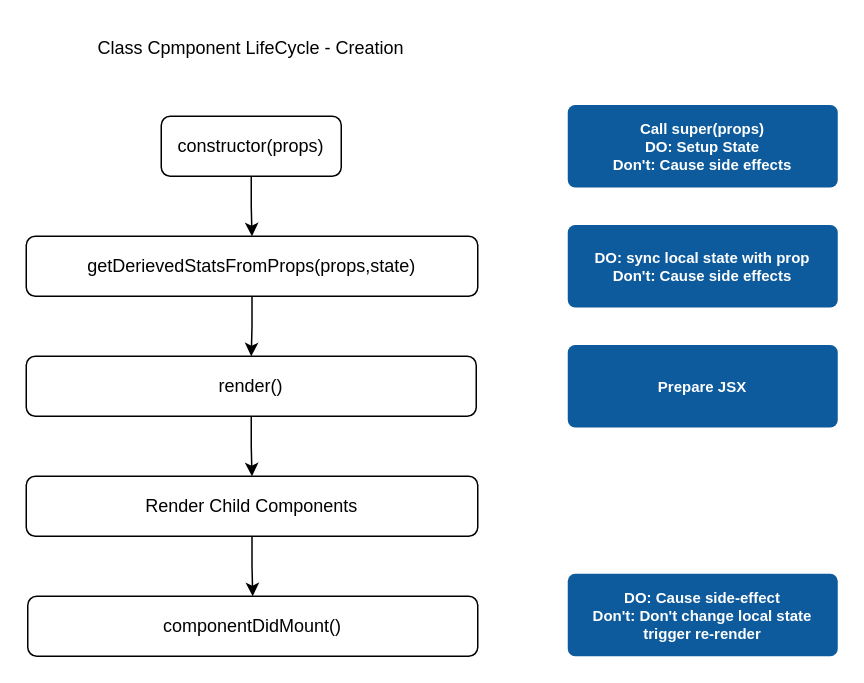
This is ComponentLifeCycleCreate.drawio from chrisbchoi/cc-react-lifecycle-methods, a draw.io file, before an edit. Source tidied: cells renumbered, new cells numbered last; positions are measured from the earlier drawing's top-left corner, leaving out a move shared by most shapes. Both pictures are drawn from the tidied source at 150%, with x=0, y=0 at pixel (26, 26).
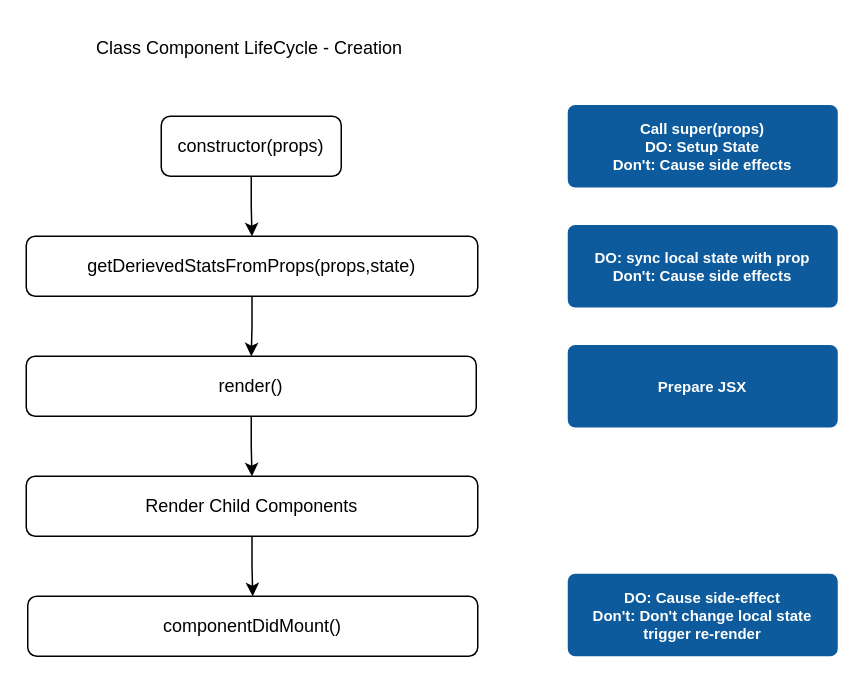
The same page after the edit.

Change to the diagram source:
```diff
@@
 <mxGraphModel>
   <root>
     <mxCell id="0" />
     <mxCell id="1" parent="0" />
     <mxCell id="2" style="edgeStyle=orthogonalEdgeStyle;rounded=0;jettySize=auto;html=1;" parent="1" edge="1" source="3" target="6">
       <mxGeometry relative="1" as="geometry" />
     </mxCell>
     <mxCell id="3" value="constructor(props)" style="rounded=1;whiteSpace=wrap;html=1;fontSize=12;glass=0;strokeWidth=1;shadow=0;" parent="1" vertex="1">
       <mxGeometry x="90" y="60" width="120" height="40" as="geometry" />
     </mxCell>
-    <mxCell id="4" value="Class Cpmponent LifeCycle - Creation" style="text;html=1;strokeColor=none;fillColor=none;align=center;verticalAlign=middle;whiteSpace=wrap;rounded=0;" parent="1" vertex="1">
-      <mxGeometry x="40" width="220" height="30" as="geometry" />
+    <mxCell id="4" value="Class Component LifeCycle - Creation" style="text;html=1;strokeColor=none;fillColor=none;align=center;verticalAlign=middle;whiteSpace=wrap;rounded=0;" parent="1" vertex="1">
+      <mxGeometry x="39" width="220" height="30" as="geometry" />
     </mxCell>
     <mxCell id="5" style="edgeStyle=orthogonalEdgeStyle;rounded=0;jettySize=auto;html=1;" parent="1" edge="1" source="6" target="8">
       <mxGeometry relative="1" as="geometry" />
     </mxCell>
     <mxCell id="6" value="getDerievedStatsFromProps(props,state)" style="rounded=1;whiteSpace=wrap;html=1;fontSize=12;glass=0;strokeWidth=1;shadow=0;" parent="1" vertex="1">
       <mxGeometry y="140" width="301" height="40" as="geometry" />
     </mxCell>
     <mxCell id="7" style="edgeStyle=orthogonalEdgeStyle;rounded=0;jettySize=auto;html=1;" parent="1" edge="1" source="8" target="10">
       <mxGeometry relative="1" as="geometry" />
     </mxCell>
     <mxCell id="8" value="render()" style="rounded=1;whiteSpace=wrap;html=1;fontSize=12;glass=0;strokeWidth=1;shadow=0;" parent="1" vertex="1">
       <mxGeometry y="220" width="300" height="40" as="geometry" />
     </mxCell>
     <mxCell id="9" style="edgeStyle=orthogonalEdgeStyle;rounded=0;jettySize=auto;html=1;" parent="1" edge="1" source="10" target="11">
       <mxGeometry relative="1" as="geometry" />
     </mxCell>
     <mxCell id="10" value="Render Child Components" style="rounded=1;whiteSpace=wrap;html=1;fontSize=12;glass=0;strokeWidth=1;shadow=0;" parent="1" vertex="1">
       <mxGeometry y="300" width="301" height="40" as="geometry" />
     </mxCell>
     <mxCell id="11" value="componentDidMount()" style="rounded=1;whiteSpace=wrap;html=1;fontSize=12;glass=0;strokeWidth=1;shadow=0;" parent="1" vertex="1">
       <mxGeometry x="1" y="380" width="300" height="40" as="geometry" />
     </mxCell>
     <mxCell id="12" value="&lt;div&gt;Call super(props)&lt;/div&gt;&lt;div&gt;DO: Setup State&lt;/div&gt;&lt;div&gt;Don't: Cause side effects&lt;/div&gt;" style="html=1;shadow=0;dashed=0;shape=mxgraph.bootstrap.rrect;align=center;rSize=5;strokeColor=none;fillColor=#0D5B9D;fontColor=#ffffff;fontStyle=1;whiteSpace=wrap;fontSize=10;" parent="1" vertex="1">
       <mxGeometry x="361" y="52.5" width="180" height="55" as="geometry" />
     </mxCell>
     <mxCell id="13" value="&lt;div&gt;&lt;span&gt;DO: sync local state with prop&lt;/span&gt;&lt;br&gt;&lt;/div&gt;&lt;div&gt;Don't: Cause side effects&lt;/div&gt;" style="html=1;shadow=0;dashed=0;shape=mxgraph.bootstrap.rrect;align=center;rSize=5;strokeColor=none;fillColor=#0D5B9D;fontColor=#ffffff;fontStyle=1;whiteSpace=wrap;fontSize=10;" parent="1" vertex="1">
       <mxGeometry x="361" y="132.5" width="180" height="55" as="geometry" />
     </mxCell>
     <mxCell id="14" value="&lt;div&gt;Prepare JSX&lt;/div&gt;" style="html=1;shadow=0;dashed=0;shape=mxgraph.bootstrap.rrect;align=center;rSize=5;strokeColor=none;fillColor=#0D5B9D;fontColor=#ffffff;fontStyle=1;whiteSpace=wrap;fontSize=10;" parent="1" vertex="1">
       <mxGeometry x="361" y="212.5" width="180" height="55" as="geometry" />
     </mxCell>
     <mxCell id="15" value="&lt;div&gt;&lt;span&gt;DO: Cause side-effect&lt;/span&gt;&lt;br&gt;&lt;/div&gt;&lt;div&gt;Don't: Don't change local state&lt;/div&gt;&lt;div&gt;trigger re-render&lt;/div&gt;" style="html=1;shadow=0;dashed=0;shape=mxgraph.bootstrap.rrect;align=center;rSize=5;strokeColor=none;fillColor=#0D5B9D;fontColor=#ffffff;fontStyle=1;whiteSpace=wrap;fontSize=10;" parent="1" vertex="1">
       <mxGeometry x="361" y="365" width="180" height="55" as="geometry" />
     </mxCell>
   </root>
 </mxGraphModel>
```
